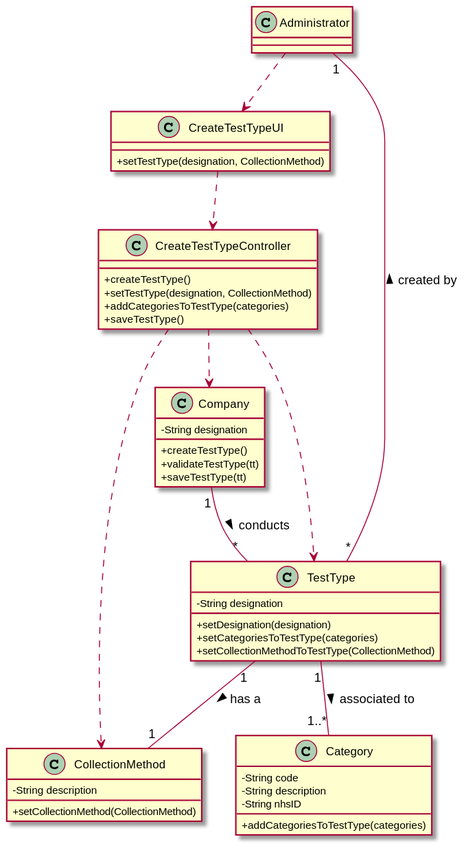
This is docs/SprintB/US9/US9_CD.svg from MadDinosaur/ISEP-LAPR2, a PlantUML export, as it was before one commit.
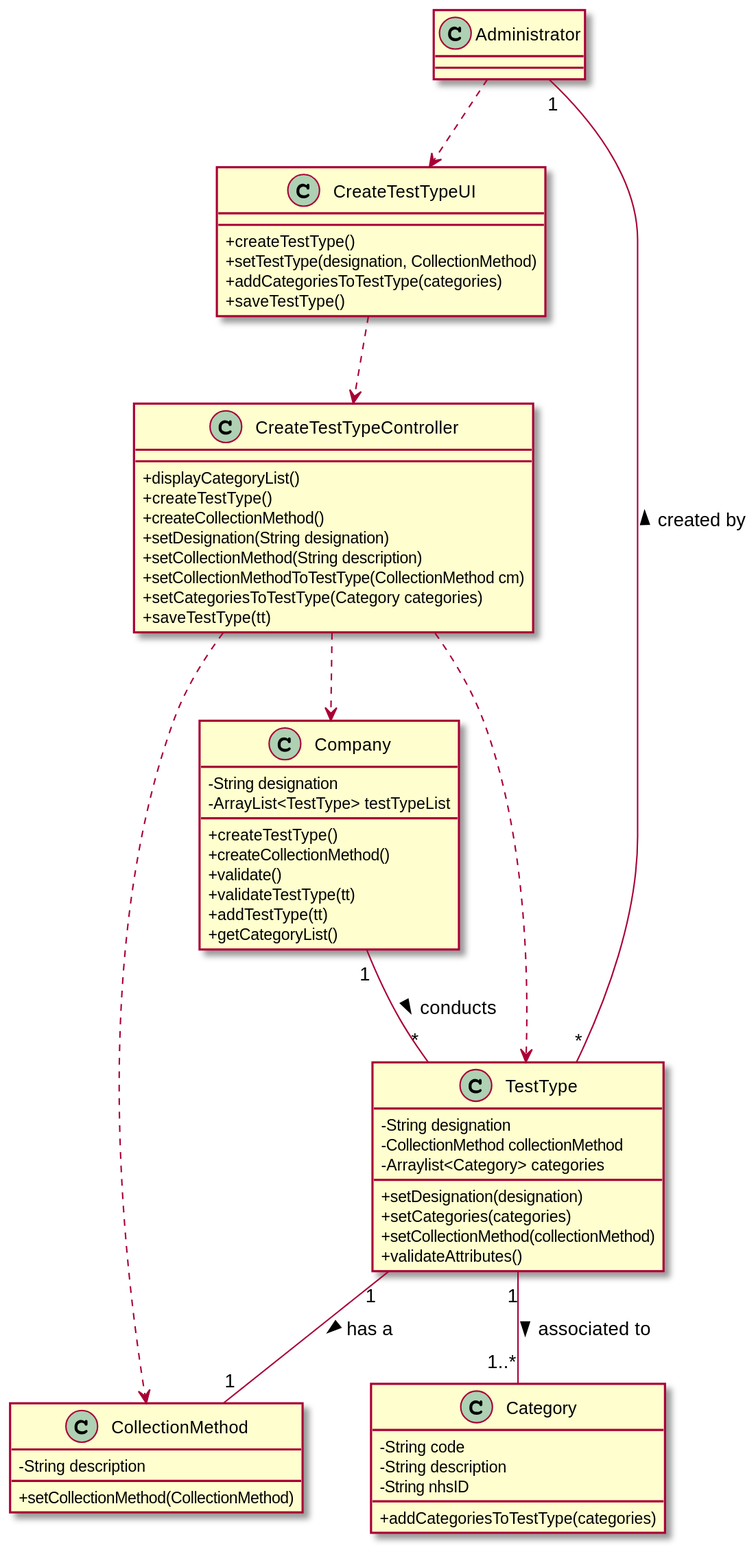
Later version of the same file.

Change to the diagram source:
```diff
@@ -4,13 +4,20 @@
 
 class Administrator
 class CreateTestTypeUI {
-+setTestType(designation, CollectionMethod)
-}
-class CreateTestTypeController {
 +createTestType()
 +setTestType(designation, CollectionMethod)
 +addCategoriesToTestType(categories)
 +saveTestType()
+}
+class CreateTestTypeController {
++displayCategoryList()
++createTestType()
++createCollectionMethod()
++setDesignation(String designation)
++setCollectionMethod(String description)
++setCollectionMethodToTestType(CollectionMethod cm)
++setCategoriesToTestType(Category categories)
++saveTestType(tt)
 }
 class CollectionMethod {
 -String description
@@ -18,9 +25,12 @@
 }
 class TestType {
 -String designation
+-CollectionMethod collectionMethod
+-Arraylist<Category> categories
 +setDesignation(designation)
-+setCategoriesToTestType(categories)
-+setCollectionMethodToTestType(CollectionMethod)
++setCategories(categories)
++setCollectionMethod(collectionMethod)
++validateAttributes()
 }
 class Category {
 -String code
@@ -30,9 +40,13 @@
 }
 class Company {
 -String designation
+-ArrayList<TestType> testTypeList
 +createTestType()
++createCollectionMethod()
++validate()
 +validateTestType(tt)
-+saveTestType(tt)
++addTestType(tt)
++getCategoryList()
 }
 
 Administrator ..> CreateTestTypeUI
```
